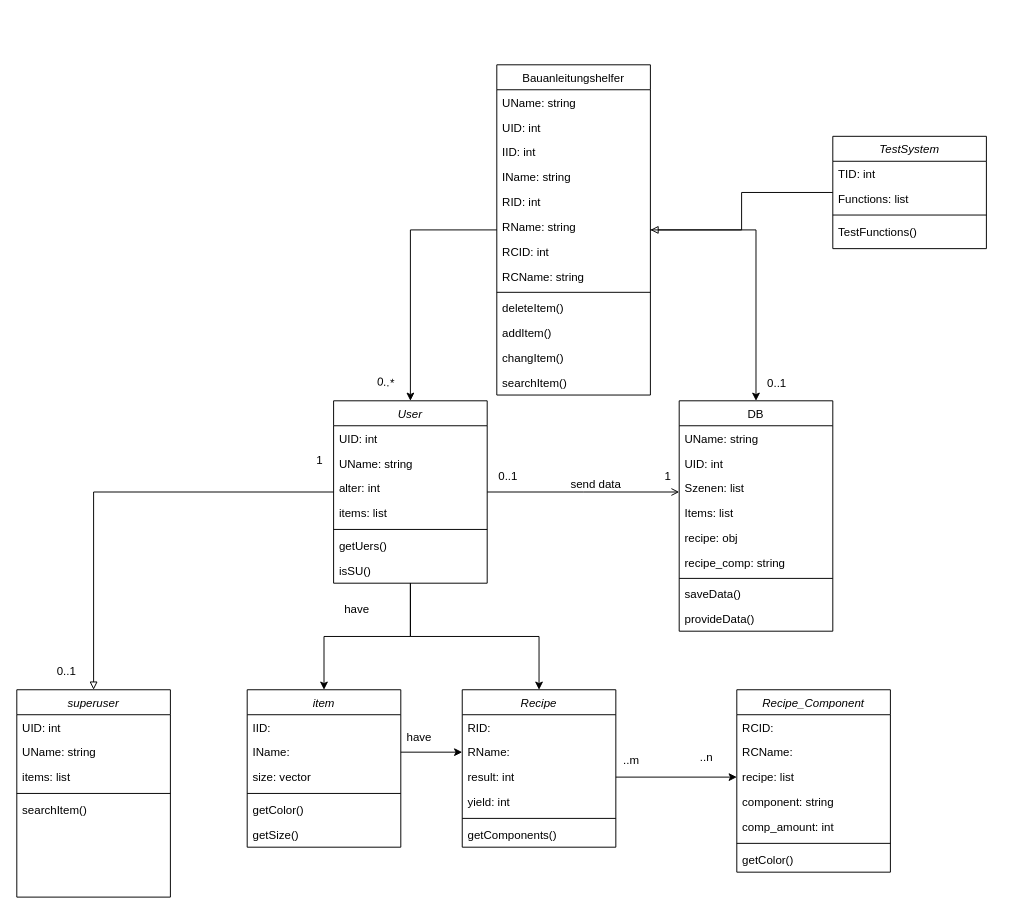
Above: klassendiabauantleitungshelfer.drawio in schattnkatz98/Team-Projekt-Michael-u-Julian (draw.io), before the change. Source tidied: cells renumbered, new cells numbered last; positions are measured from the earlier drawing's top-left corner, leaving out a move shared by most shapes. Both pictures are drawn from the tidied source at 96%, with x=0, y=0 at pixel (16, 64).
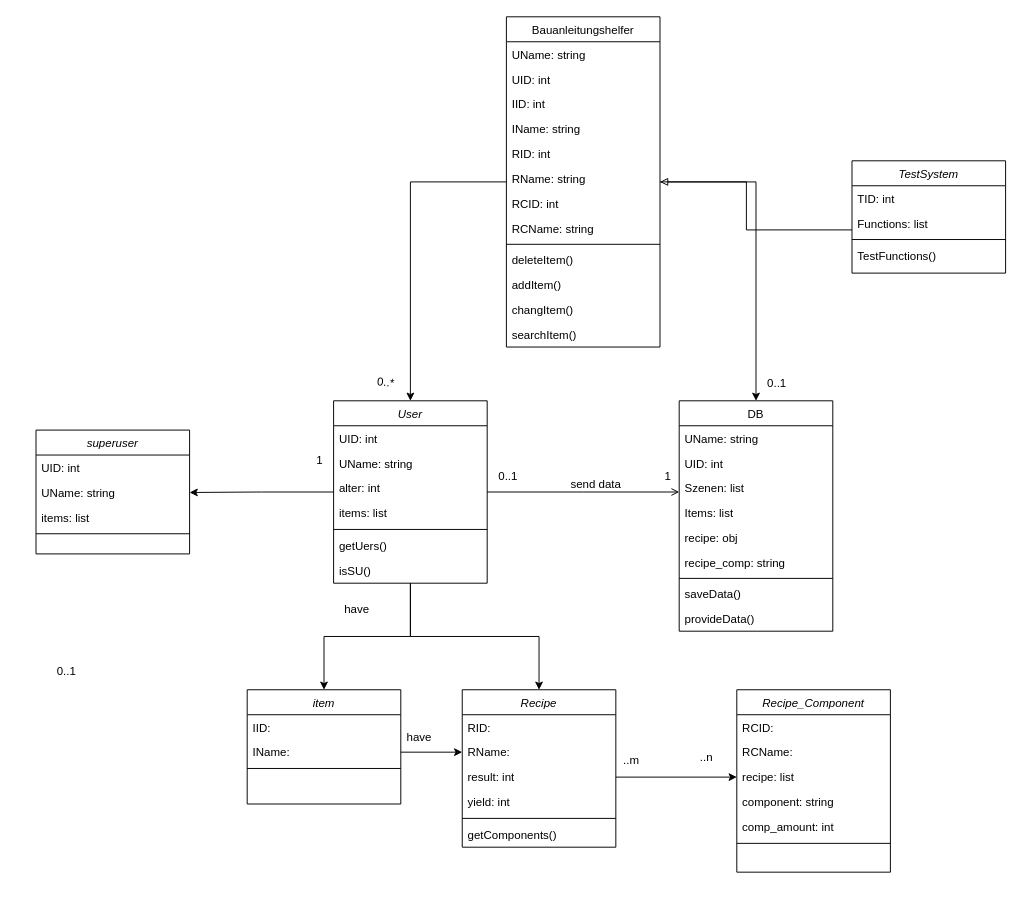
Above is the later version.

The change refers to these unchanged cells:
```xml
<mxCell id="5" value="User" style="swimlane;fontStyle=2;align=center;verticalAlign=top;horizontal=1;startSize=26;rounded=0;shadow=0;strokeWidth=1;" parent="1" vertex="1">
  <mxGeometry x="330" y="350" width="160" height="190" as="geometry" />
</mxCell>
<mxCell id="41" value="Recipe_Component" style="swimlane;fontStyle=2;align=center;verticalAlign=top;horizontal=1;startSize=26;rounded=0;shadow=0;strokeWidth=1;" parent="1" vertex="1">
  <mxGeometry x="750" y="651" width="160" height="190" as="geometry" />
</mxCell>
<mxCell id="75" value="UName: string" style="text;align=left;verticalAlign=top;spacingLeft=4;spacingRight=4;overflow=hidden;points=[[0,0.5],[1,0.5]];portConstraint=eastwest;rounded=0;shadow=0;html=0;" parent="73" vertex="1">
  <mxGeometry y="52" width="160" height="26" as="geometry" />
</mxCell>
```

What changed in the source:
```diff
@@
-    <mxCell id="4" style="edgeStyle=orthogonalEdgeStyle;rounded=0;jettySize=auto;html=1;entryX=0.5;entryY=0;entryDx=0;entryDy=0;endArrow=block;endFill=0;" parent="1" edge="1" source="5" target="73">
-      <mxGeometry relative="1" as="geometry" />
-    </mxCell>
+    <mxCell id="87" style="edgeStyle=orthogonalEdgeStyle;rounded=0;jettySize=auto;html=1;entryX=1;entryY=0.5;entryDx=0;entryDy=0;" parent="1" edge="1" source="5" target="75">
+      <mxGeometry relative="1" as="geometry" />
+    </mxCell>
@@
     <mxCell id="27" value="item" style="swimlane;fontStyle=2;align=center;verticalAlign=top;horizontal=1;startSize=26;rounded=0;shadow=0;strokeWidth=1;" parent="1" vertex="1">
-      <mxGeometry x="240" y="651" width="160" height="164" as="geometry" />
+      <mxGeometry x="240" y="651" width="160" height="119" as="geometry" />
     </mxCell>
@@
-    <mxCell id="30" value="size: vector" style="text;align=left;verticalAlign=top;spacingLeft=4;spacingRight=4;overflow=hidden;" parent="27" vertex="1">
-      <mxGeometry y="78" width="160" height="26" as="geometry" />
-    </mxCell>
     <mxCell id="31" style="line;html=1;strokeWidth=1;align=left;verticalAlign=middle;spacingTop=-1;spacingLeft=3;spacingRight=3;labelPosition=right;" parent="27" vertex="1">
-      <mxGeometry y="104" width="160" height="8" as="geometry" />
+      <mxGeometry y="78" width="160" height="8" as="geometry" />
     </mxCell>
-    <mxCell id="32" value="getColor()" style="text;align=left;verticalAlign=top;spacingLeft=4;spacingRight=4;overflow=hidden;" parent="27" vertex="1">
-      <mxGeometry y="112" width="160" height="26" as="geometry" />
-    </mxCell>
-    <mxCell id="33" value="getSize()" style="text;align=left;verticalAlign=top;spacingLeft=4;spacingRight=4;overflow=hidden;" parent="27" vertex="1">
-      <mxGeometry y="138" width="160" height="26" as="geometry" />
-    </mxCell>
@@
-    <mxCell id="48" value="getColor()" style="text;align=left;verticalAlign=top;spacingLeft=4;spacingRight=4;overflow=hidden;" parent="41" vertex="1">
-      <mxGeometry y="164" width="160" height="26" as="geometry" />
-    </mxCell>
@@
     <mxCell id="52" value="Bauanleitungshelfer" style="swimlane;fontStyle=0;align=center;verticalAlign=top;horizontal=1;startSize=26;rounded=0;shadow=0;strokeWidth=1;" parent="1" vertex="1">
-      <mxGeometry x="500" width="160" height="344" as="geometry" />
+      <mxGeometry x="510" y="-50" width="160" height="344" as="geometry" />
     </mxCell>
@@
     <mxCell id="73" value="superuser" style="swimlane;fontStyle=2;align=center;verticalAlign=top;horizontal=1;startSize=26;rounded=0;shadow=0;strokeWidth=1;" parent="1" vertex="1">
-      <mxGeometry y="651" width="160" height="216" as="geometry" />
+      <mxGeometry x="20" y="380.5" width="160" height="129" as="geometry" />
     </mxCell>
@@
-    <mxCell id="78" value="searchItem()" style="text;align=left;verticalAlign=top;spacingLeft=4;spacingRight=4;overflow=hidden;" parent="73" vertex="1">
-      <mxGeometry y="112" width="160" height="26" as="geometry" />
-    </mxCell>
@@
     <mxCell id="81" style="edgeStyle=orthogonalEdgeStyle;rounded=0;jettySize=auto;html=1;entryX=1;entryY=0.5;entryDx=0;entryDy=0;endArrow=block;endFill=0;" parent="1" edge="1" source="82" target="52">
-      <mxGeometry relative="1" as="geometry" />
+      <mxGeometry relative="1" as="geometry">
+        <Array as="points">
+          <mxPoint x="760" y="172" />
+          <mxPoint x="760" y="122" />
+        </Array>
+      </mxGeometry>
     </mxCell>
     <mxCell id="82" value="TestSystem" style="swimlane;fontStyle=2;align=center;verticalAlign=top;horizontal=1;startSize=26;rounded=0;shadow=0;strokeWidth=1;" parent="1" vertex="1">
-      <mxGeometry x="850" y="74.5" width="160" height="117" as="geometry" />
+      <mxGeometry x="870" y="100" width="160" height="117" as="geometry" />
     </mxCell>
```
